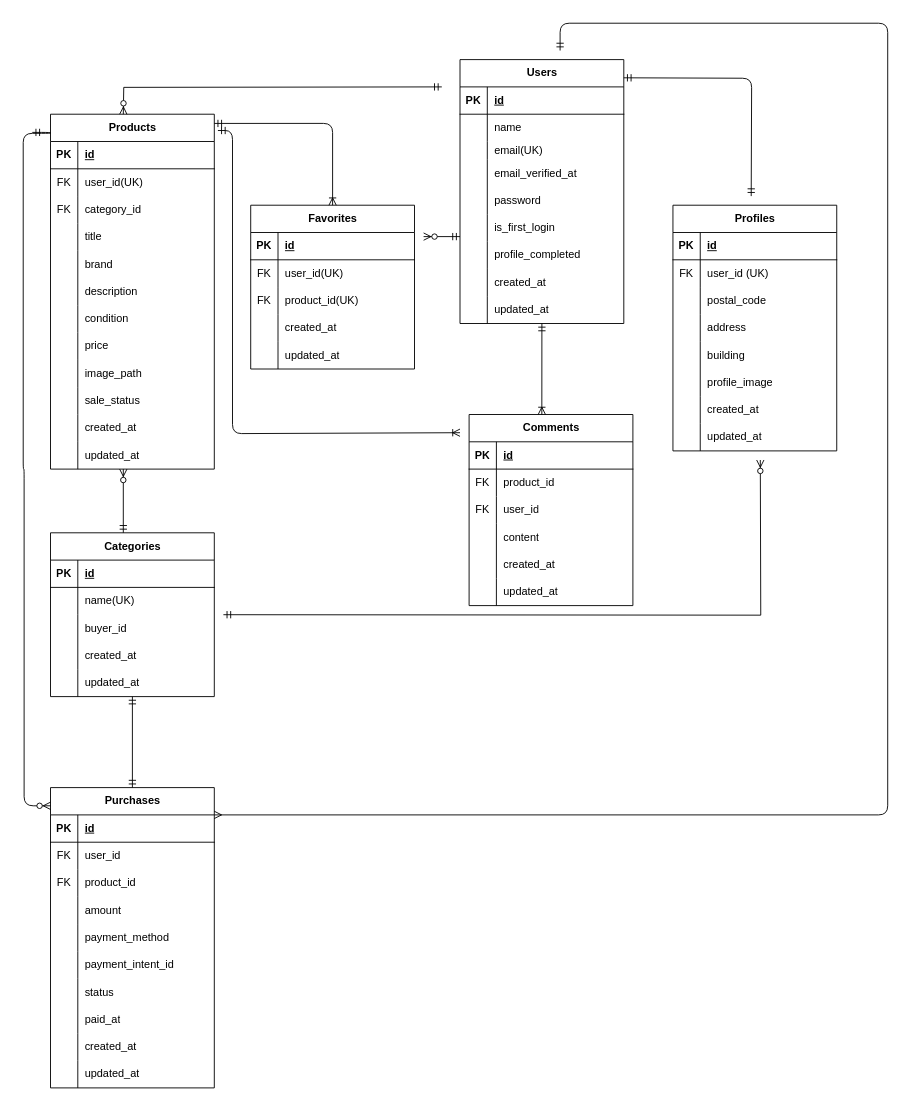
The draw.io diagram er-diagram.drawio in Hana86-86/coachtech-freemarket, before the edit. Source tidied: cells renumbered, new cells numbered last; positions are measured from the earlier drawing's top-left corner, leaving out a move shared by most shapes. Both pictures are drawn from the tidied source at 91%, with x=0, y=0 at pixel (23, 23).
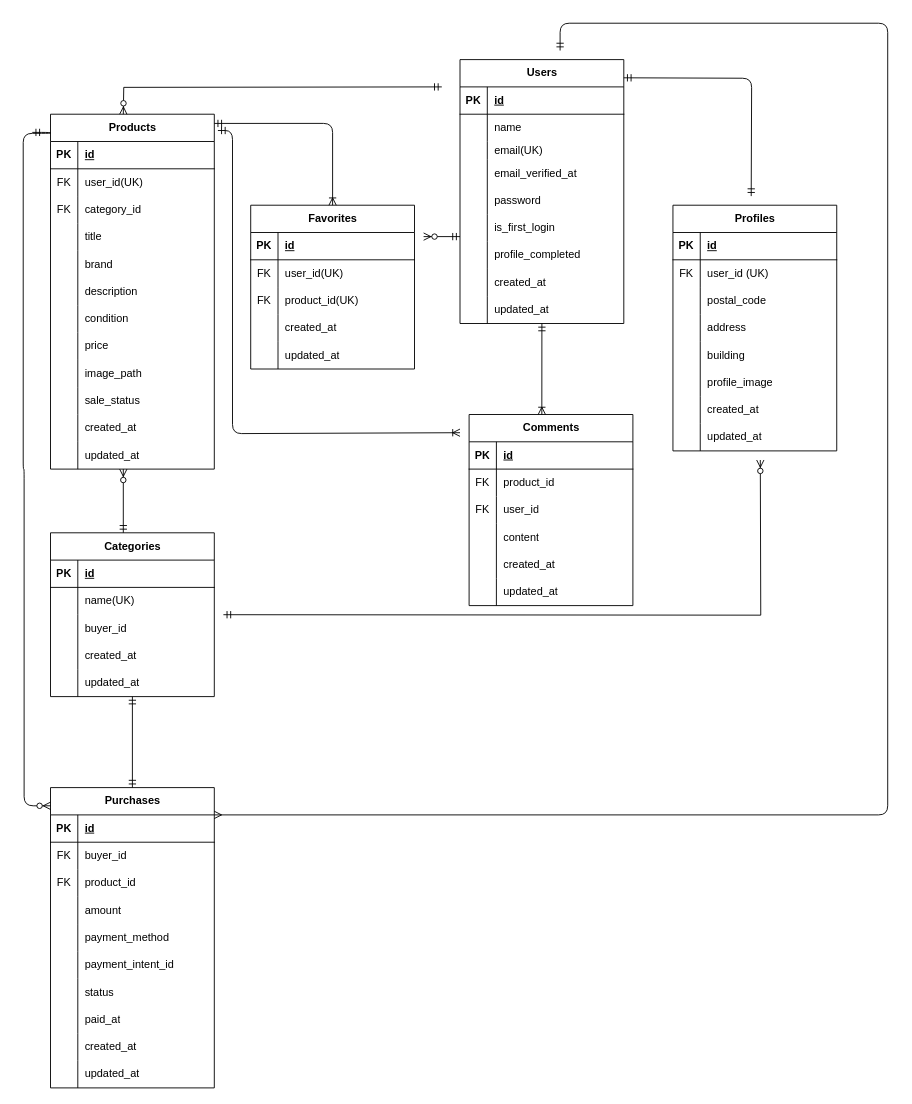
The same page after the edit.

Unchanged cells that the change refers to:
```xml
<mxCell id="87" style="shape=tableRow;horizontal=0;startSize=0;swimlaneHead=0;swimlaneBody=0;fillColor=none;top=0;left=0;right=0;bottom=0;" parent="83" vertex="1">
  <mxGeometry y="60" width="180" height="30" as="geometry" />
</mxCell>
```

The edit, as a diff of the source:
```diff
@@
-    <mxCell id="89" value="user_id" style="shape=partialRectangle;fillColor=none;top=0;left=0;bottom=0;right=0;align=left;spacingLeft=6;overflow=hidden;whiteSpace=wrap;html=1;" parent="87" vertex="1">
+    <mxCell id="89" value="buyer_id" style="shape=partialRectangle;fillColor=none;top=0;left=0;bottom=0;right=0;align=left;spacingLeft=6;overflow=hidden;whiteSpace=wrap;html=1;" parent="87" vertex="1">
       <mxGeometry x="30" width="150" height="30" as="geometry" />
     </mxCell>
```
